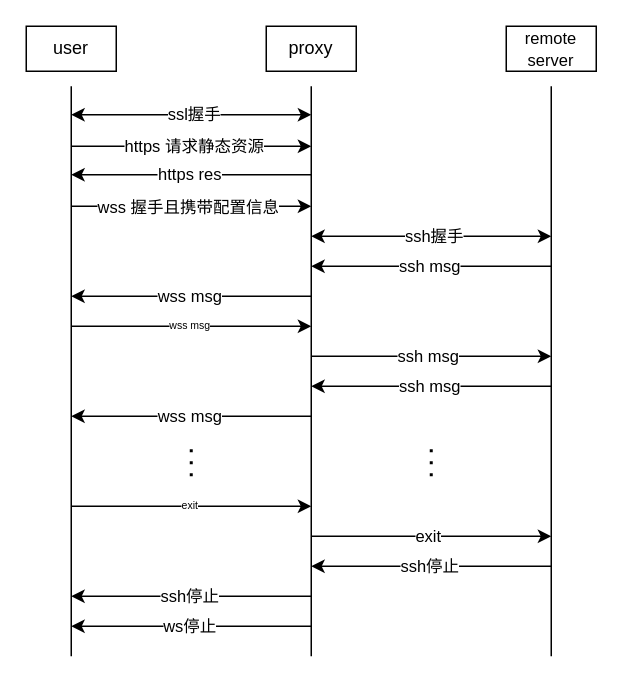
Above: ssh-sys-comm.drawio in GeorgeI997/web-vpn (draw.io), before the change. Source tidied: cells renumbered, new cells numbered last; positions are measured from the earlier drawing's top-left corner, leaving out a move shared by most shapes. Both pictures are drawn from the tidied source at 150%, with x=0, y=0 at pixel (26, 26).
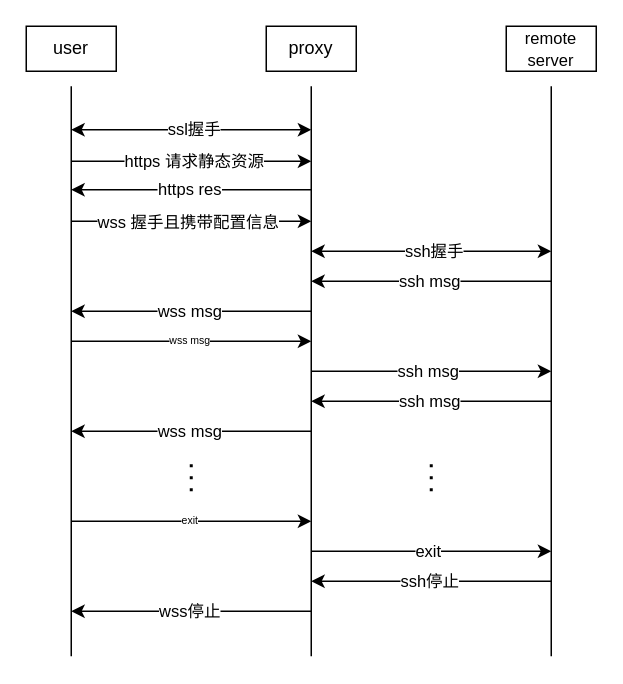
The same diagram, later.

The edit, as a diff of the source:
```diff
@@
     <mxCell id="5" style="endArrow=classic;html=1;" parent="1" edge="1">
       <mxGeometry relative="1" as="geometry">
-        <mxPoint x="30" y="80" as="sourcePoint" />
-        <mxPoint x="190" y="80" as="targetPoint" />
+        <mxPoint x="30" y="90" as="sourcePoint" />
+        <mxPoint x="190" y="90" as="targetPoint" />
       </mxGeometry>
     </mxCell>
@@
     <mxCell id="10" style="endArrow=classic;html=1;" parent="1" edge="1">
       <mxGeometry relative="1" as="geometry">
-        <mxPoint x="190" y="99" as="sourcePoint" />
-        <mxPoint x="30" y="99" as="targetPoint" />
+        <mxPoint x="190" y="109" as="sourcePoint" />
+        <mxPoint x="30" y="109" as="targetPoint" />
       </mxGeometry>
     </mxCell>
@@
     <mxCell id="12" style="endArrow=classic;html=1;" parent="1" edge="1">
       <mxGeometry relative="1" as="geometry">
-        <mxPoint x="30" y="120" as="sourcePoint" />
-        <mxPoint x="190" y="120" as="targetPoint" />
+        <mxPoint x="30" y="130" as="sourcePoint" />
+        <mxPoint x="190" y="130" as="targetPoint" />
       </mxGeometry>
     </mxCell>
@@
     <mxCell id="14" style="startArrow=classic;endArrow=classic;html=1;" parent="1" edge="1">
       <mxGeometry relative="1" as="geometry">
-        <mxPoint x="190" y="140" as="sourcePoint" />
-        <mxPoint x="350" y="140" as="targetPoint" />
+        <mxPoint x="190" y="150" as="sourcePoint" />
+        <mxPoint x="350" y="150" as="targetPoint" />
       </mxGeometry>
     </mxCell>
@@
     <mxCell id="16" style="endArrow=classic;html=1;" parent="1" edge="1">
       <mxGeometry relative="1" as="geometry">
-        <mxPoint x="350" y="160" as="sourcePoint" />
-        <mxPoint x="190" y="160" as="targetPoint" />
+        <mxPoint x="350" y="170" as="sourcePoint" />
+        <mxPoint x="190" y="170" as="targetPoint" />
       </mxGeometry>
     </mxCell>
@@
     <mxCell id="18" style="endArrow=classic;html=1;" parent="1" edge="1">
       <mxGeometry relative="1" as="geometry">
-        <mxPoint x="190" y="180" as="sourcePoint" />
-        <mxPoint x="30" y="180" as="targetPoint" />
+        <mxPoint x="190" y="190" as="sourcePoint" />
+        <mxPoint x="30" y="190" as="targetPoint" />
       </mxGeometry>
     </mxCell>
@@
     <mxCell id="20" style="endArrow=classic;html=1;" parent="1" edge="1">
       <mxGeometry relative="1" as="geometry">
-        <mxPoint x="30" y="200" as="sourcePoint" />
-        <mxPoint x="190" y="200" as="targetPoint" />
+        <mxPoint x="30" y="210" as="sourcePoint" />
+        <mxPoint x="190" y="210" as="targetPoint" />
       </mxGeometry>
     </mxCell>
@@
     <mxCell id="22" style="endArrow=classic;html=1;" parent="1" edge="1">
       <mxGeometry relative="1" as="geometry">
-        <mxPoint x="190" y="220" as="sourcePoint" />
-        <mxPoint x="350" y="220" as="targetPoint" />
+        <mxPoint x="190" y="230" as="sourcePoint" />
+        <mxPoint x="350" y="230" as="targetPoint" />
       </mxGeometry>
     </mxCell>
@@
     <mxCell id="24" style="endArrow=classic;html=1;" parent="1" edge="1">
       <mxGeometry relative="1" as="geometry">
-        <mxPoint x="350" y="240" as="sourcePoint" />
-        <mxPoint x="190" y="240" as="targetPoint" />
+        <mxPoint x="350" y="250" as="sourcePoint" />
+        <mxPoint x="190" y="250" as="targetPoint" />
       </mxGeometry>
     </mxCell>
@@
     <mxCell id="26" style="endArrow=classic;html=1;" parent="1" edge="1">
       <mxGeometry relative="1" as="geometry">
-        <mxPoint x="190" y="260" as="sourcePoint" />
-        <mxPoint x="30" y="260" as="targetPoint" />
+        <mxPoint x="190" y="270" as="sourcePoint" />
+        <mxPoint x="30" y="270" as="targetPoint" />
       </mxGeometry>
     </mxCell>
@@
     <mxCell id="28" style="endArrow=none;dashed=1;html=1;dashPattern=1 3;strokeWidth=2;fontSize=7;" parent="1" edge="1">
       <mxGeometry relative="1" as="geometry">
-        <mxPoint x="110" y="300" as="sourcePoint" />
-        <mxPoint x="110" y="280" as="targetPoint" />
+        <mxPoint x="110" y="310" as="sourcePoint" />
+        <mxPoint x="110" y="290" as="targetPoint" />
       </mxGeometry>
     </mxCell>
     <mxCell id="29" style="endArrow=none;dashed=1;html=1;dashPattern=1 3;strokeWidth=2;fontSize=7;" parent="1" edge="1">
       <mxGeometry relative="1" as="geometry">
-        <mxPoint x="270" y="300" as="sourcePoint" />
-        <mxPoint x="270" y="280" as="targetPoint" />
+        <mxPoint x="270" y="310" as="sourcePoint" />
+        <mxPoint x="270" y="290" as="targetPoint" />
       </mxGeometry>
     </mxCell>
     <mxCell id="30" style="endArrow=classic;html=1;" parent="1" edge="1">
       <mxGeometry relative="1" as="geometry">
-        <mxPoint x="30" y="320" as="sourcePoint" />
-        <mxPoint x="190" y="320" as="targetPoint" />
+        <mxPoint x="30" y="330" as="sourcePoint" />
+        <mxPoint x="190" y="330" as="targetPoint" />
       </mxGeometry>
     </mxCell>
@@
     <mxCell id="32" style="endArrow=classic;html=1;" parent="1" edge="1">
       <mxGeometry relative="1" as="geometry">
-        <mxPoint x="190" y="340" as="sourcePoint" />
-        <mxPoint x="350" y="340" as="targetPoint" />
+        <mxPoint x="190" y="350" as="sourcePoint" />
+        <mxPoint x="350" y="350" as="targetPoint" />
       </mxGeometry>
     </mxCell>
@@
     <mxCell id="34" style="endArrow=classic;html=1;" parent="1" edge="1">
       <mxGeometry relative="1" as="geometry">
-        <mxPoint x="350" y="360" as="sourcePoint" />
-        <mxPoint x="190" y="360" as="targetPoint" />
+        <mxPoint x="350" y="370" as="sourcePoint" />
+        <mxPoint x="190" y="370" as="targetPoint" />
       </mxGeometry>
     </mxCell>
@@
-    <mxCell id="36" style="endArrow=classic;html=1;" parent="1" edge="1">
-      <mxGeometry relative="1" as="geometry">
-        <mxPoint x="190" y="380" as="sourcePoint" />
-        <mxPoint x="30" y="380" as="targetPoint" />
-      </mxGeometry>
-    </mxCell>
-    <mxCell id="37" value="ssh停止" style="edgeLabel;html=1;align=center;verticalAlign=middle;" parent="36" vertex="1">
-      <mxGeometry x="-0.16" y="-1" relative="1" as="geometry">
-        <mxPoint x="-15" as="offset" />
-      </mxGeometry>
-    </mxCell>
     <mxCell id="38" style="endArrow=classic;html=1;" parent="1" edge="1">
       <mxGeometry relative="1" as="geometry">
-        <mxPoint x="190" y="400" as="sourcePoint" />
-        <mxPoint x="30" y="400" as="targetPoint" />
+        <mxPoint x="190" y="390" as="sourcePoint" />
+        <mxPoint x="30" y="390" as="targetPoint" />
       </mxGeometry>
     </mxCell>
-    <mxCell id="39" value="ws停止" style="edgeLabel;html=1;align=center;verticalAlign=middle;" parent="38" vertex="1">
+    <mxCell id="39" value="wss停止" style="edgeLabel;html=1;align=center;verticalAlign=middle;" parent="38" vertex="1">
       <mxGeometry x="-0.16" y="-1" relative="1" as="geometry">
         <mxPoint x="-15" as="offset" />
       </mxGeometry>
     </mxCell>
     <mxCell id="40" style="startArrow=classic;endArrow=classic;html=1;" parent="1" edge="1">
       <mxGeometry relative="1" as="geometry">
-        <mxPoint x="30" y="59" as="sourcePoint" />
-        <mxPoint x="190" y="59" as="targetPoint" />
+        <mxPoint x="30" y="69" as="sourcePoint" />
+        <mxPoint x="190" y="69" as="targetPoint" />
       </mxGeometry>
     </mxCell>
```
